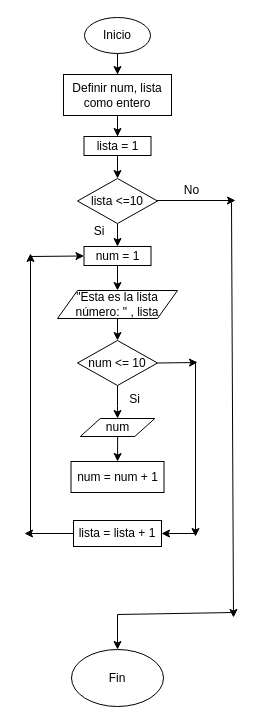
This is 1al10_10veces.drawio from AslanGuzman/sistema-de-registro, a draw.io file, before an edit. Source tidied: cells renumbered, new cells numbered last; positions are measured from the earlier drawing's top-left corner, leaving out a move shared by most shapes. Both pictures are drawn from the tidied source at 100%, with x=0, y=0 at pixel (24, 17).
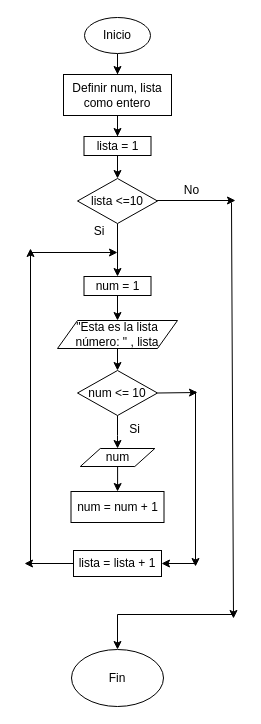
Above is the later version.

The change refers to these unchanged cells:
```xml
<mxCell id="24" value="Fin" style="ellipse;whiteSpace=wrap;html=1;" parent="1" vertex="1">
  <mxGeometry x="47" y="632" width="92" height="57" as="geometry" />
</mxCell>
```

The edit, as a diff of the source:
```diff
@@
     <mxCell id="12" value="num = 1" style="rounded=0;whiteSpace=wrap;html=1;" parent="1" vertex="1">
-      <mxGeometry x="59.5" y="229" width="67" height="19" as="geometry" />
+      <mxGeometry x="59.5" y="259" width="67" height="19" as="geometry" />
     </mxCell>
@@
     <mxCell id="14" value="&quot;Esta es la lista número: &quot; , lista" style="shape=parallelogram;perimeter=parallelogramPerimeter;whiteSpace=wrap;html=1;fixedSize=1;" parent="1" vertex="1">
-      <mxGeometry x="33" y="273" width="120" height="28" as="geometry" />
+      <mxGeometry x="33" y="303" width="120" height="28" as="geometry" />
     </mxCell>
@@
     <mxCell id="18" value="num &amp;lt;= 10" style="rhombus;whiteSpace=wrap;html=1;" parent="1" vertex="1">
-      <mxGeometry x="53" y="323" width="80" height="45" as="geometry" />
+      <mxGeometry x="53" y="353" width="80" height="45" as="geometry" />
     </mxCell>
@@
     <mxCell id="20" value="num" style="shape=parallelogram;perimeter=parallelogramPerimeter;whiteSpace=wrap;html=1;fixedSize=1;" parent="1" vertex="1">
-      <mxGeometry x="55.8" y="401" width="74.5" height="18" as="geometry" />
+      <mxGeometry x="55.8" y="431" width="74.5" height="18" as="geometry" />
     </mxCell>
     <mxCell id="21" value="Si" style="text;html=1;align=center;verticalAlign=middle;whiteSpace=wrap;rounded=0;" parent="1" vertex="1">
-      <mxGeometry x="95" y="372" width="31" height="19" as="geometry" />
+      <mxGeometry x="95" y="402" width="31" height="19" as="geometry" />
     </mxCell>
     <mxCell id="22" value="num = num + 1" style="rounded=0;whiteSpace=wrap;html=1;" parent="1" vertex="1">
-      <mxGeometry x="46.5" y="444" width="93" height="31" as="geometry" />
+      <mxGeometry x="46.5" y="474" width="93" height="31" as="geometry" />
     </mxCell>
     <mxCell id="23" value="lista = lista + 1" style="rounded=0;whiteSpace=wrap;html=1;" parent="1" vertex="1">
-      <mxGeometry x="49" y="503" width="88" height="26" as="geometry" />
+      <mxGeometry x="49" y="533" width="88" height="26" as="geometry" />
     </mxCell>
@@
     <mxCell id="25" style="endArrow=classic;html=1;rounded=0;" parent="1" edge="1">
       <mxGeometry relative="1" as="geometry">
         <mxPoint x="207" y="185" as="sourcePoint" />
-        <mxPoint x="209" y="600" as="targetPoint" />
+        <mxPoint x="209" y="601" as="targetPoint" />
       </mxGeometry>
     </mxCell>
     <mxCell id="26" style="endArrow=classic;html=1;rounded=0;entryX=0.5;entryY=0;entryDx=0;entryDy=0;" parent="1" edge="1" target="24">
       <mxGeometry relative="1" as="geometry">
-        <mxPoint x="209" y="595" as="sourcePoint" />
+        <mxPoint x="209" y="597" as="sourcePoint" />
         <Array as="points">
           <mxPoint x="93" y="597" />
         </Array>
       </mxGeometry>
     </mxCell>
     <mxCell id="27" style="endArrow=classic;html=1;rounded=0;exitX=0;exitY=0.5;exitDx=0;exitDy=0;" parent="1" edge="1" source="23">
       <mxGeometry relative="1" as="geometry">
-        <mxPoint y="516" as="targetPoint" />
+        <mxPoint y="546" as="targetPoint" />
       </mxGeometry>
     </mxCell>
     <mxCell id="28" style="endArrow=classic;html=1;rounded=0;" parent="1" edge="1">
       <mxGeometry relative="1" as="geometry">
-        <mxPoint x="6" y="515" as="sourcePoint" />
-        <mxPoint x="6" y="236" as="targetPoint" />
+        <mxPoint x="6" y="545" as="sourcePoint" />
+        <mxPoint x="6" y="231" as="targetPoint" />
       </mxGeometry>
     </mxCell>
     <mxCell id="29" style="endArrow=classic;html=1;rounded=0;exitX=1;exitY=0.5;exitDx=0;exitDy=0;" parent="1" edge="1" source="18">
       <mxGeometry relative="1" as="geometry">
-        <mxPoint x="173" y="345" as="targetPoint" />
+        <mxPoint x="173" y="375" as="targetPoint" />
       </mxGeometry>
     </mxCell>
     <mxCell id="30" style="endArrow=classic;html=1;rounded=0;" parent="1" edge="1">
       <mxGeometry relative="1" as="geometry">
-        <mxPoint x="171" y="344" as="sourcePoint" />
-        <mxPoint x="171" y="519" as="targetPoint" />
+        <mxPoint x="171" y="374" as="sourcePoint" />
+        <mxPoint x="171" y="549" as="targetPoint" />
       </mxGeometry>
     </mxCell>
     <mxCell id="31" style="endArrow=classic;html=1;rounded=0;entryX=1;entryY=0.5;entryDx=0;entryDy=0;" parent="1" edge="1" target="23">
       <mxGeometry relative="1" as="geometry">
-        <mxPoint x="171" y="516" as="sourcePoint" />
+        <mxPoint x="171" y="546" as="sourcePoint" />
       </mxGeometry>
     </mxCell>
-    <mxCell id="32" style="endArrow=classic;html=1;rounded=0;entryX=0;entryY=0.5;entryDx=0;entryDy=0;" parent="1" edge="1" target="12">
+    <mxCell id="32" style="endArrow=classic;html=1;rounded=0;" parent="1" edge="1">
       <mxGeometry relative="1" as="geometry">
-        <mxPoint x="5" y="239" as="sourcePoint" />
+        <mxPoint x="5" y="235" as="sourcePoint" />
+        <mxPoint x="93" y="235" as="targetPoint" />
       </mxGeometry>
     </mxCell>
```
